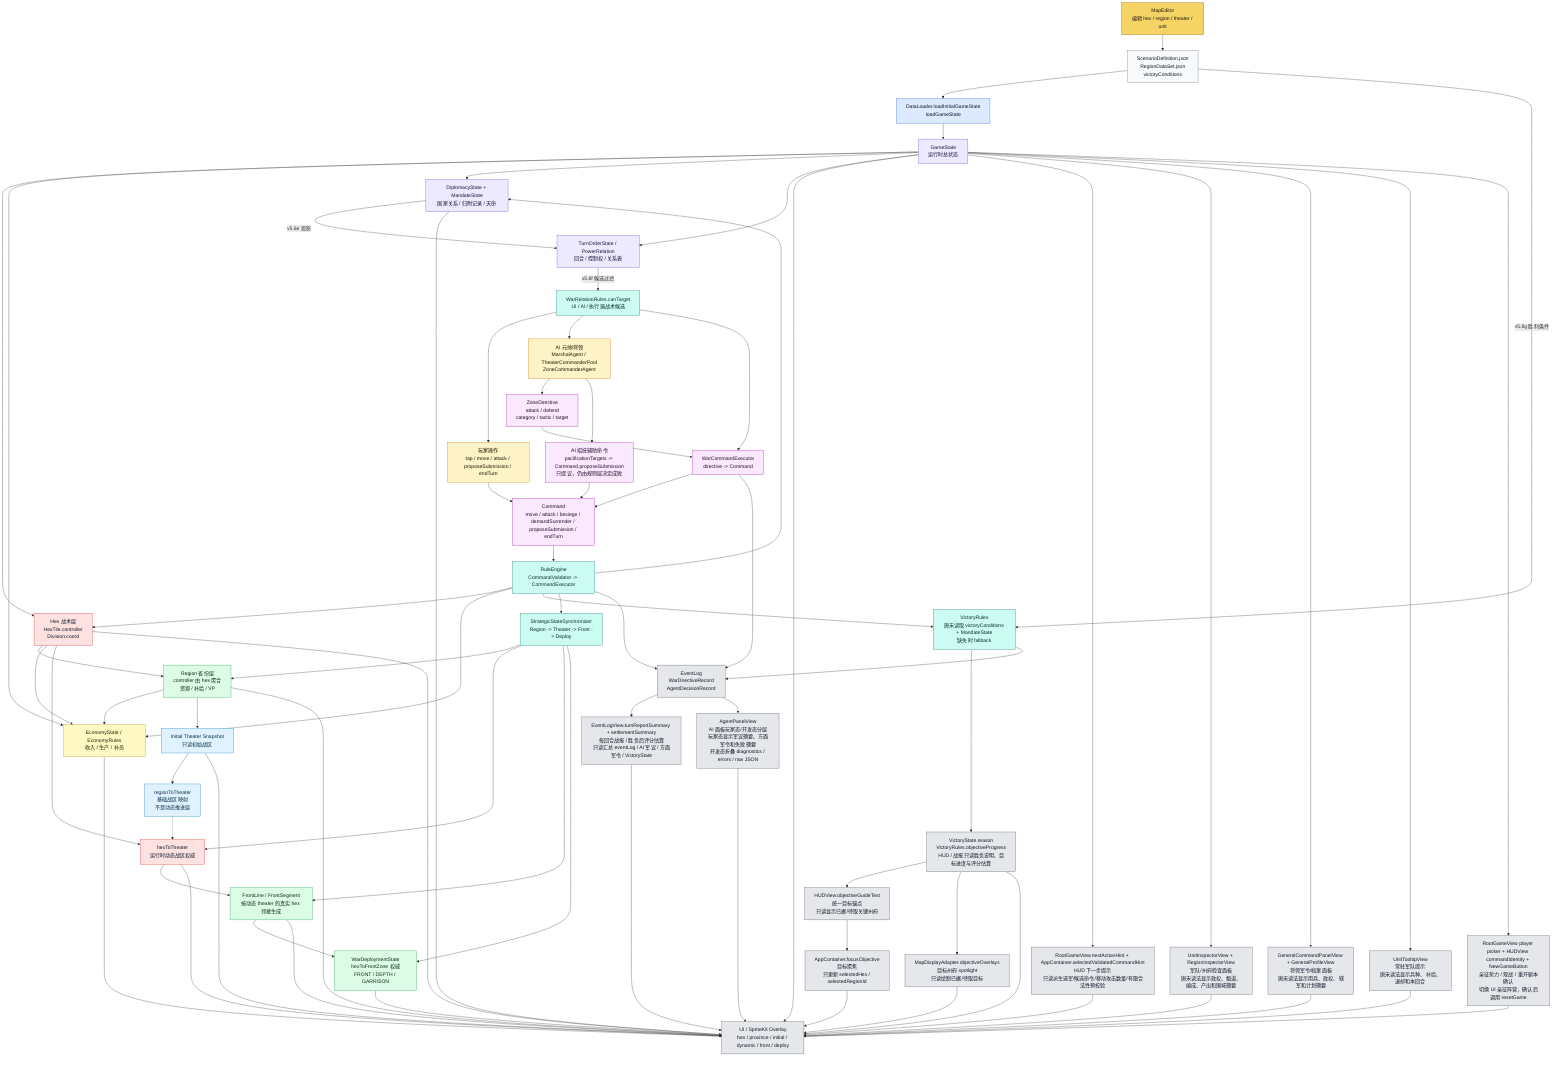
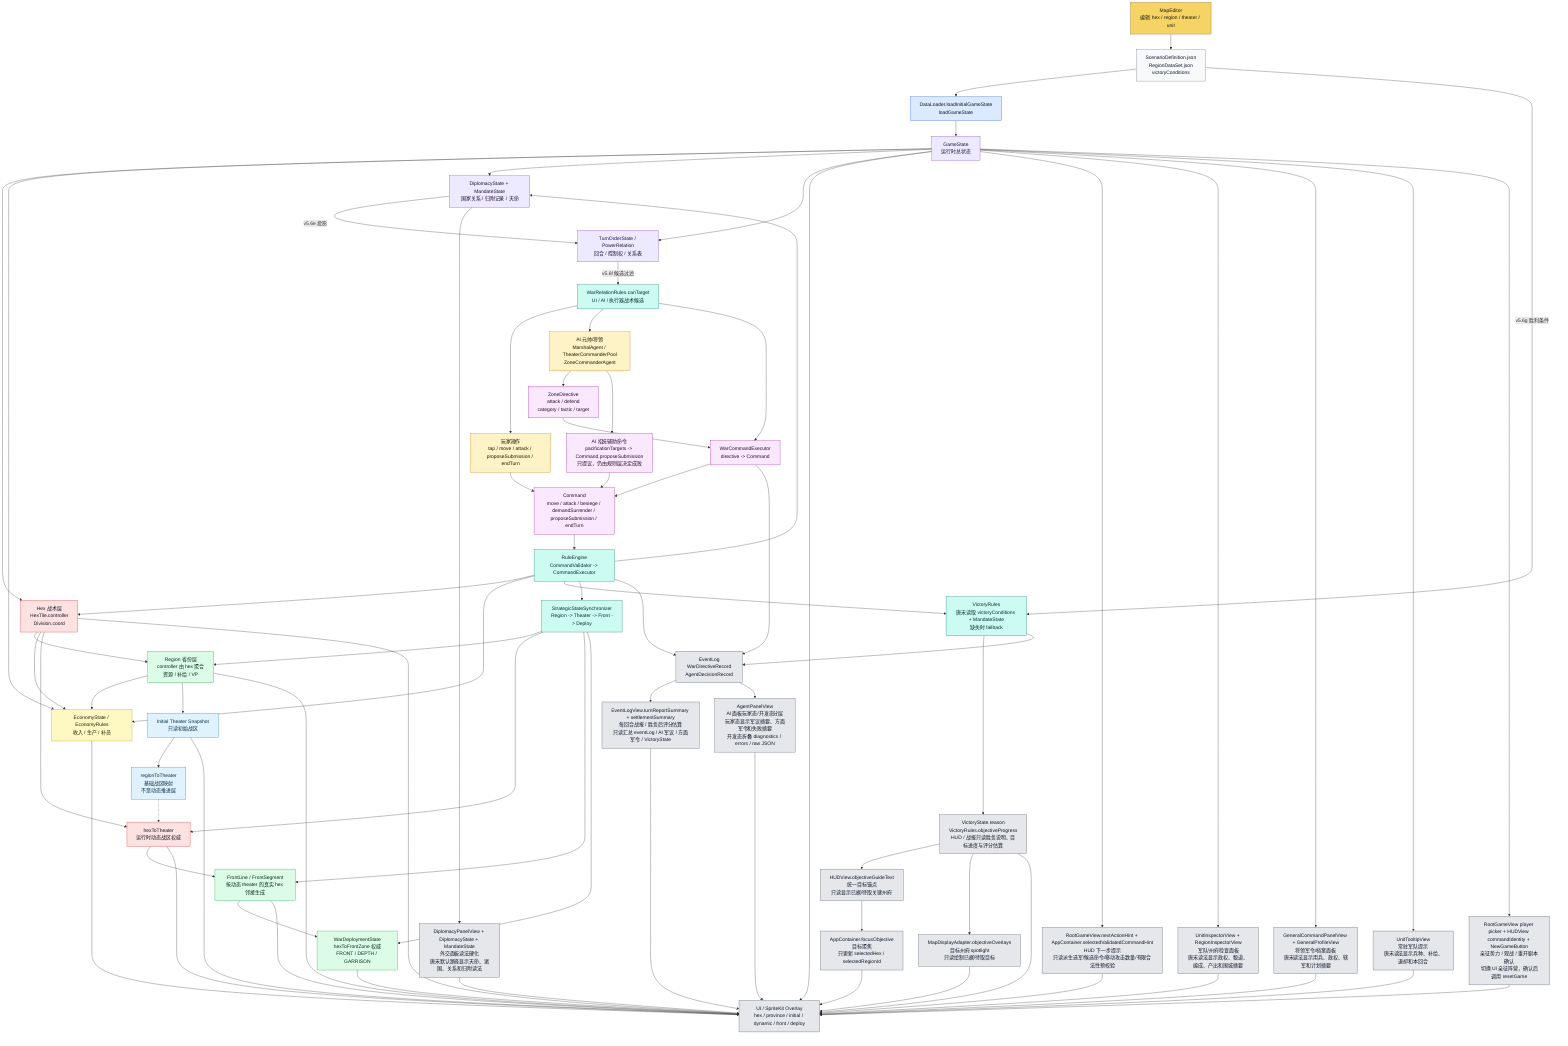
flowchart TD
    ME["MapEditor<br/>编辑 hex / region / theater / unit"]:::editor
    JSON["ScenarioDefinition.json<br/>RegionDataSet.json<br/>victoryConditions"]:::data
    DL["DataLoader.loadInitialGameState<br/>loadGameState"]:::loader
    GS["GameState<br/>运行时总状态"]:::state

    HEX["Hex 战术层<br/>HexTile.controller<br/>Division.coord"]:::authority
    REGION["Region 省份层<br/>controller 由 hex 聚合<br/>资源 / 补给 / VP"]:::derived
    INIT["Initial Theater Snapshot<br/>只读初始战区"]:::snapshot
    R2T["regionToTheater<br/>基础战区映射<br/>不是动态推进层"]:::snapshot
    H2T["hexToTheater<br/>运行时动态战区权威"]:::authority
    FRONT["FrontLine / FrontSegment<br/>按动态 theater 的真实 hex 邻接生成"]:::derived
    DEPLOY["WarDeploymentState<br/>hexToFrontZone 权威<br/>FRONT / DEPTH / GARRISON"]:::derived
    ECO["EconomyState / EconomyRules<br/>收入 / 生产 / 补员"]:::economy
    DIP["DiplomacyState + MandateState<br/>国家关系 / 归附记录 / 天命"]:::state
    TURN["TurnOrderState / PowerRelation<br/>回合 / 控制权 / 关系表"]:::state
    RELCAND["WarRelationRules.canTarget<br/>UI / AI / 执行器战术候选"]:::rules
    VICT["VictoryRules<br/>唐宋读取 victoryConditions + MandateState<br/>缺失时 fallback"]:::rules
    VICTEXT["VictoryState.reason<br/>VictoryRules.objectiveProgress<br/>HUD / 战报只读胜负说明、目标进度与评分估算"]:::ui
    GOAL["HUDView.objectiveGuideText<br/>统一目标锚点<br/>只读显示已据/待取关键州府"]:::ui
    FOCUS["AppContainer.focusObjective<br/>目标聚焦<br/>只更新 selectedHex / selectedRegionId"]:::ui
    SPOTLIGHT["MapDisplayAdapter.objectiveOverlays<br/>目标州府 spotlight<br/>只读绘制已据/待取目标"]:::ui
    TURNREPORT["EventLogView.turnReportSummary + settlementSummary<br/>每回合战报 / 胜负后评分估算<br/>只读汇总 eventLog / AI 军议 / 方面军令 / VictoryState"]:::ui
    SESSIONHUD["RootGameView player picker + HUDView commandIdentity + NewGameButton<br/>亲征势力 / 观战 / 重开剧本确认<br/>切换 UI 亲征阵营，确认后调用 resetGame"]:::ui
    HINT["RootGameView.nextActionHint + AppContainer.selectedValidatedCommandHint<br/>HUD 下一步提示<br/>只读派生选军/候选命令/移动攻击数量/有限合法性预校验"]:::ui
    INSPECT["UnitInspectorView + RegionInspectorView<br/>军队/州府检查面板<br/>唐宋读法显示政权、粮道、编成、产出和围城摘要"]:::ui
    GENPANELS["GeneralCommandPanelView + GeneralProfileView<br/>将领军令/档案面板<br/>唐宋读法显示用兵、政权、辖军和计划摘要"]:::ui
    TOOLTIP["UnitTooltipView<br/>常驻军队提示<br/>唐宋读法显示兵种、补给、退却和本回合"]:::ui
    AIPANEL["AgentPanelView<br/>AI 面板玩家态/开发态分层<br/>玩家态显示军议摘要、方面军令和失败摘要<br/>开发态折叠 diagnostics / errors / raw JSON"]:::ui
+     DIPPANEL["DiplomacyPanelView + DiplomacyState + MandateState<br/>外交面板读法硬化<br/>唐宋默认路径显示天命、诸国、关系和归附读法"]:::ui

    PLAYER["玩家操作<br/>tap / move / attack / proposeSubmission / endTurn"]:::input
    AI["AI 元帅/将领<br/>MarshalAgent / TheaterCommanderPool<br/>ZoneCommanderAgent"]:::input
    AIPAC["AI 招抚辅助命令<br/>pacificationTargets -> Command.proposeSubmission<br/>只提议，仍由规则层决定成败"]:::command
    ZD["ZoneDirective<br/>attack / defend<br/>category / tactic / target"]:::command
    WCE["WarCommandExecutor<br/>directive -> Command"]:::command
    CMD["Command<br/>move / attack / besiege / demandSurrender / proposeSubmission / endTurn"]:::command
    RE["RuleEngine<br/>CommandValidator -> CommandExecutor"]:::rules
    SYNC["StrategicStateSynchronizer<br/>Region -> Theater -> Front -> Deploy"]:::rules

    UI["UI / SpriteKit Overlay<br/>hex / province / initial / dynamic / front / deploy"]:::ui
    LOG["EventLog<br/>WarDirectiveRecord<br/>AgentDecisionRecord"]:::ui

    ME --> JSON --> DL --> GS
    GS --> HEX
    HEX --> REGION
    HEX --> ECO
    REGION --> ECO
    REGION --> INIT
    INIT --> R2T
    R2T -.-> H2T
    HEX --> H2T
    H2T --> FRONT --> DEPLOY
    GS --> ECO
    GS --> DIP
    GS --> TURN
    DIP -->|v5.6e 投影| TURN
    TURN -->|v5.6f 候选过滤| RELCAND
    JSON -->|v5.6g 胜利条件| VICT

    PLAYER --> CMD
    RELCAND --> PLAYER
    RELCAND --> AI
    RELCAND --> WCE
    AI --> ZD --> WCE --> CMD
    AI --> AIPAC --> CMD
    CMD --> RE --> HEX
    RE --> ECO
    RE --> DIP
    RE --> VICT
    RE --> SYNC
    SYNC --> REGION
    SYNC --> H2T
    SYNC --> FRONT
    SYNC --> DEPLOY

    GS --> UI
    GS --> HINT --> UI
    GS --> INSPECT --> UI
    GS --> GENPANELS --> UI
    GS --> TOOLTIP --> UI
    GS --> SESSIONHUD --> UI
    VICTEXT --> GOAL --> FOCUS --> UI
    VICTEXT --> SPOTLIGHT --> UI
    HEX --> UI
    REGION --> UI
    INIT --> UI
    H2T --> UI
    FRONT --> UI
    DEPLOY --> UI
    ECO --> UI
-     DIP --> UI
+     DIP --> DIPPANEL --> UI
    VICT --> VICTEXT --> UI
    RE --> LOG
    VICT --> LOG
    WCE --> LOG
    LOG --> TURNREPORT --> UI
    LOG --> AIPANEL --> UI

    classDef editor fill:#f6d365,stroke:#8a5a00,color:#1f1b10
    classDef data fill:#f8f9fb,stroke:#6b7280,color:#111827
    classDef loader fill:#dbeafe,stroke:#2563eb,color:#0f172a
    classDef state fill:#ede9fe,stroke:#7c3aed,color:#1f143d
    classDef authority fill:#fee2e2,stroke:#dc2626,color:#111827
    classDef derived fill:#dcfce7,stroke:#16a34a,color:#052e16
    classDef snapshot fill:#e0f2fe,stroke:#0284c7,color:#082f49
    classDef input fill:#fef3c7,stroke:#d97706,color:#1f1600
    classDef economy fill:#fef9c3,stroke:#ca8a04,color:#292107
    classDef command fill:#fae8ff,stroke:#a21caf,color:#2a0a2f
    classDef rules fill:#ccfbf1,stroke:#0f766e,color:#042f2e
    classDef ui fill:#e5e7eb,stroke:#4b5563,color:#111827
